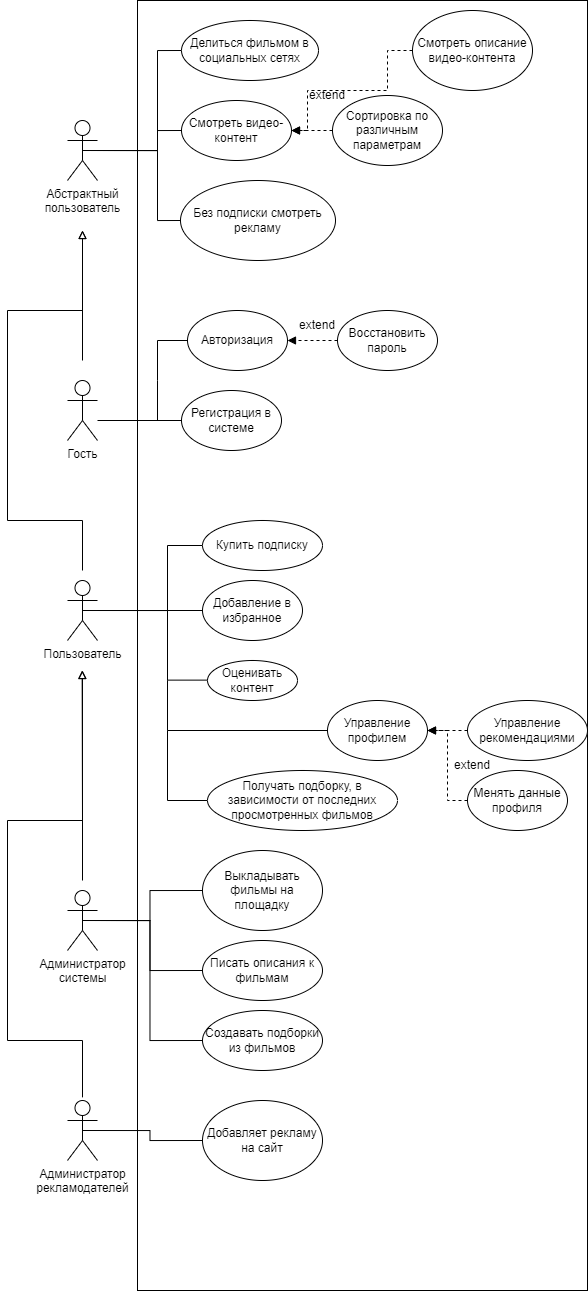
The draw.io diagram lab1/pic/schema.png in ta4ilka69/Fundamentals-of-Software-Engineering, before a commit. Source tidied: cells renumbered, new cells last; positions are measured from the earlier drawing's top-left corner, leaving out a move shared by most shapes.
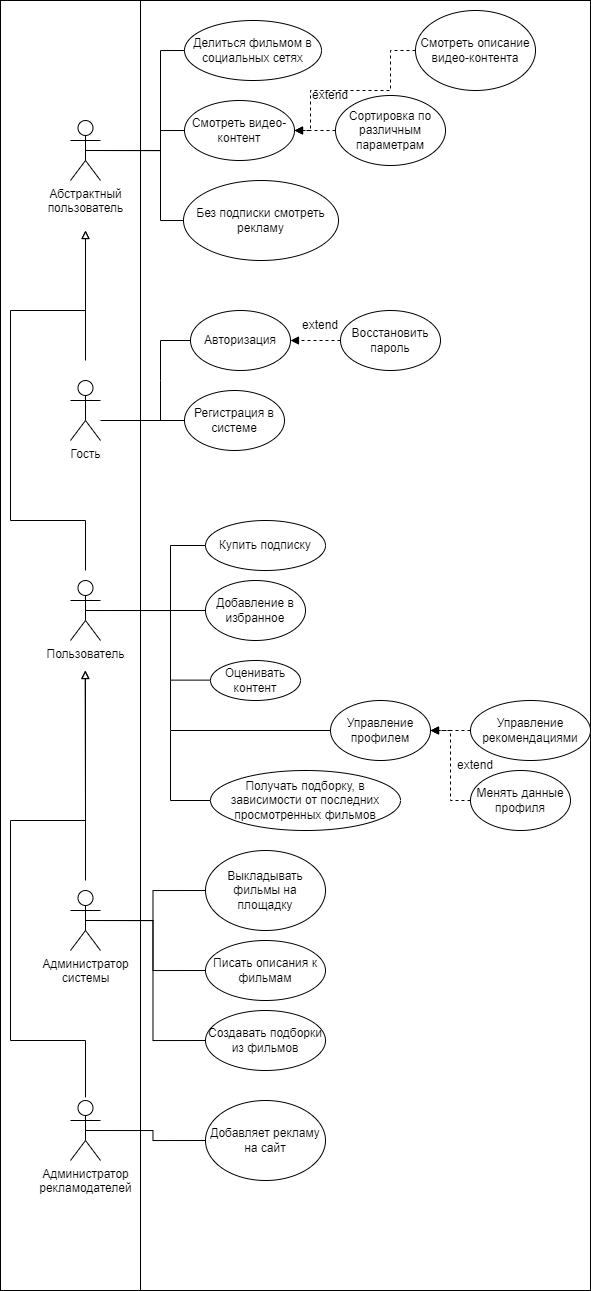
Above is the later version.

Change to the diagram source:
```diff
@@ -2,6 +2,9 @@
   <root>
     <mxCell id="0" />
     <mxCell id="1" parent="0" />
+    <mxCell id="58" style="rounded=0;whiteSpace=wrap;html=1;" parent="1" vertex="1">
+      <mxGeometry x="-10" width="140" height="1290" as="geometry" />
+    </mxCell>
     <mxCell id="2" style="rounded=0;whiteSpace=wrap;html=1;" parent="1" vertex="1">
       <mxGeometry x="130" width="450" height="1290" as="geometry" />
     </mxCell>
```
